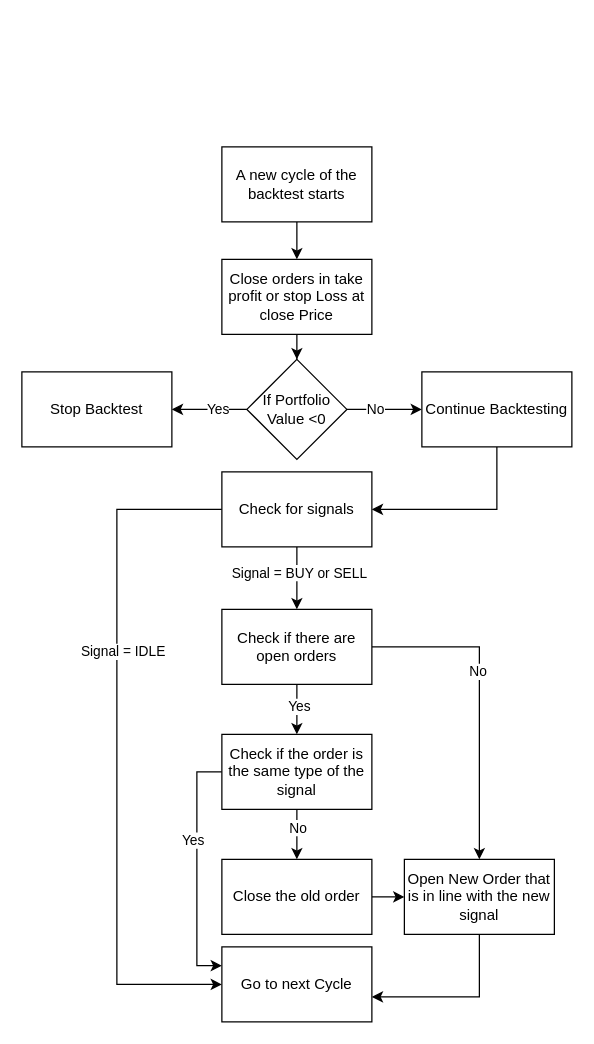
Before: chart of backtester.drawio in Mickahel/BacktesteR-MVP, a draw.io diagram. Source tidied: cells renumbered, new cells numbered last; positions are measured from the earlier drawing's top-left corner, leaving out a move shared by most shapes. Both pictures are drawn from the tidied source at 125%, with x=0, y=0 at pixel (21, 146).
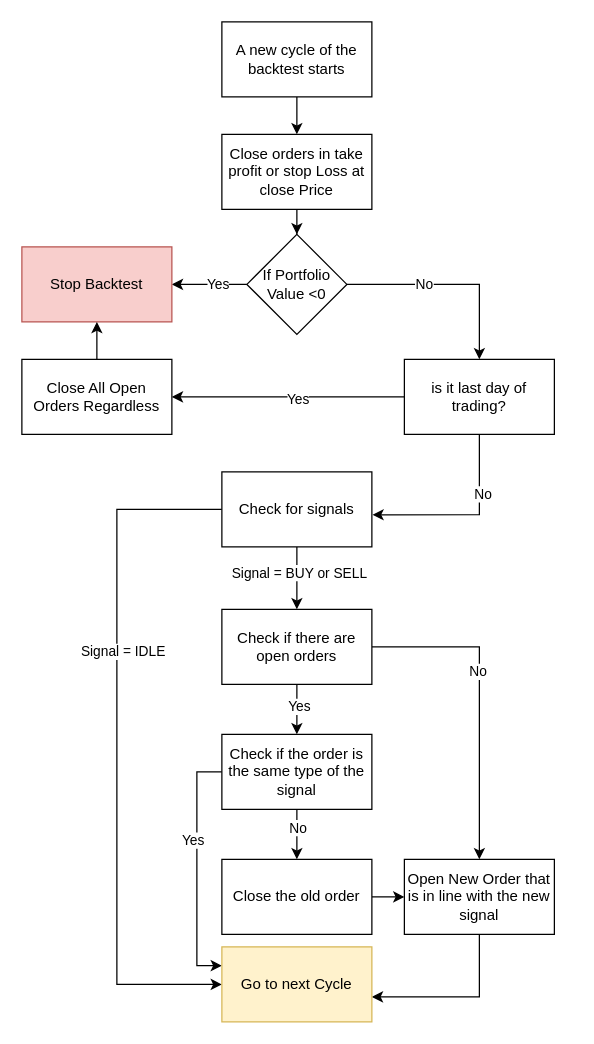
Above is the later version.

Unchanged cells that the change refers to:
```xml
<mxCell id="18" value="Check for signals" style="whiteSpace=wrap;html=1;rounded=0;" parent="1" vertex="1">
  <mxGeometry x="160" y="260" width="120" height="60" as="geometry" />
</mxCell>
<mxCell id="28" value="Check if the order is the same type of the signal" style="whiteSpace=wrap;html=1;rounded=0;" parent="1" vertex="1">
  <mxGeometry x="160" y="470" width="120" height="60" as="geometry" />
</mxCell>
<mxCell id="32" value="Open New Order that is in line with the new signal" style="whiteSpace=wrap;html=1;rounded=0;" parent="1" vertex="1">
  <mxGeometry x="306" y="570" width="120" height="60" as="geometry" />
</mxCell>
```

Diff of the diagram source:
```diff
@@
     <mxCell id="3" value="A new cycle of the backtest starts" style="rounded=0;whiteSpace=wrap;html=1;" parent="1" vertex="1">
-      <mxGeometry x="160" width="120" height="60" as="geometry" />
+      <mxGeometry x="160" y="-100" width="120" height="60" as="geometry" />
     </mxCell>
@@
     <mxCell id="5" value="&lt;span&gt;Close orders in take profit or stop Loss at close Price&lt;/span&gt;" style="whiteSpace=wrap;html=1;rounded=0;" parent="1" vertex="1">
-      <mxGeometry x="160" y="90" width="120" height="60" as="geometry" />
+      <mxGeometry x="160" y="-10" width="120" height="60" as="geometry" />
     </mxCell>
@@
-    <mxCell id="8" style="edgeStyle=orthogonalEdgeStyle;rounded=0;jettySize=auto;html=1;" parent="1" edge="1" source="10" target="13">
+    <mxCell id="8" style="edgeStyle=orthogonalEdgeStyle;rounded=0;jettySize=auto;html=1;entryX=0.5;entryY=0;entryDx=0;entryDy=0;" parent="1" edge="1" source="10" target="13">
       <mxGeometry relative="1" as="geometry" />
     </mxCell>
@@
     <mxCell id="10" value="If Portfolio Value &amp;lt;0" style="rhombus;whiteSpace=wrap;html=1;rounded=0;" parent="1" vertex="1">
-      <mxGeometry x="180" y="170" width="80" height="80" as="geometry" />
+      <mxGeometry x="180" y="70" width="80" height="80" as="geometry" />
     </mxCell>
-    <mxCell id="11" value="Stop Backtest" style="whiteSpace=wrap;html=1;rounded=0;" parent="1" vertex="1">
-      <mxGeometry y="180" width="120" height="60" as="geometry" />
+    <mxCell id="11" value="Stop Backtest" style="whiteSpace=wrap;html=1;rounded=0;fillColor=#f8cecc;strokeColor=#b85450;" parent="1" vertex="1">
+      <mxGeometry y="80" width="120" height="60" as="geometry" />
     </mxCell>
-    <mxCell id="12" style="edgeStyle=orthogonalEdgeStyle;rounded=0;jettySize=auto;html=1;" parent="1" edge="1" source="13" target="18">
+    <mxCell id="12" style="edgeStyle=orthogonalEdgeStyle;rounded=0;jettySize=auto;html=1;entryX=1.004;entryY=0.572;entryDx=0;entryDy=0;entryPerimeter=0;" parent="1" edge="1" source="13" target="18">
       <mxGeometry relative="1" as="geometry">
         <Array as="points">
-          <mxPoint x="380" y="290" />
+          <mxPoint x="366" y="294" />
         </Array>
       </mxGeometry>
     </mxCell>
+    <mxCell id="34" value="No" style="edgeLabel;html=1;align=center;verticalAlign=middle;" parent="12" vertex="1">
+      <mxGeometry x="-0.37" y="2" relative="1" as="geometry" />
+    </mxCell>
+    <mxCell id="35" style="edgeStyle=orthogonalEdgeStyle;rounded=0;jettySize=auto;html=1;" parent="1" edge="1" source="13" target="38">
+      <mxGeometry relative="1" as="geometry" />
+    </mxCell>
+    <mxCell id="36" value="Yes" style="edgeLabel;html=1;align=center;verticalAlign=middle;" parent="35" vertex="1">
+      <mxGeometry x="-0.08" y="1" relative="1" as="geometry" />
+    </mxCell>
-    <mxCell id="13" value="Continue Backtesting" style="whiteSpace=wrap;html=1;rounded=0;" parent="1" vertex="1">
-      <mxGeometry x="320" y="180" width="120" height="60" as="geometry" />
+    <mxCell id="13" value="is it last day of trading?" style="whiteSpace=wrap;html=1;rounded=0;" parent="1" vertex="1">
+      <mxGeometry x="306" y="170" width="120" height="60" as="geometry" />
     </mxCell>
-    <mxCell id="14" style="edgeStyle=orthogonalEdgeStyle;rounded=0;jettySize=auto;html=1;entryX=0;entryY=0.5;entryDx=0;entryDy=0;" parent="1" edge="1" source="18" target="33">
+    <mxCell id="14" style="edgeStyle=orthogonalEdgeStyle;rounded=0;jettySize=auto;html=1;entryX=0;entryY=0.5;entryDx=0;entryDy=0;" parent="1" edge="1" source="18">
       <mxGeometry relative="1" as="geometry">
+        <mxPoint x="160" y="670" as="targetPoint" />
         <Array as="points">
           <mxPoint x="76" y="290" />
           <mxPoint x="76" y="670" />
         </Array>
       </mxGeometry>
     </mxCell>
@@
-    <mxCell id="26" style="edgeStyle=orthogonalEdgeStyle;rounded=0;jettySize=auto;html=1;entryX=0;entryY=0.25;entryDx=0;entryDy=0;" parent="1" edge="1" source="28" target="33">
+    <mxCell id="26" style="edgeStyle=orthogonalEdgeStyle;rounded=0;jettySize=auto;html=1;entryX=0;entryY=0.25;entryDx=0;entryDy=0;" parent="1" edge="1" source="28">
       <mxGeometry relative="1" as="geometry">
+        <mxPoint x="160" y="655" as="targetPoint" />
         <Array as="points">
           <mxPoint x="140" y="500" />
           <mxPoint x="140" y="655" />
         </Array>
       </mxGeometry>
     </mxCell>
@@
-    <mxCell id="31" style="edgeStyle=orthogonalEdgeStyle;rounded=0;jettySize=auto;html=1;" parent="1" edge="1" source="32" target="33">
+    <mxCell id="31" style="edgeStyle=orthogonalEdgeStyle;rounded=0;jettySize=auto;html=1;" parent="1" edge="1" source="32">
       <mxGeometry relative="1" as="geometry">
+        <mxPoint x="280" y="680" as="targetPoint" />
         <Array as="points">
           <mxPoint x="366" y="680" />
         </Array>
       </mxGeometry>
     </mxCell>
@@
-    <mxCell id="33" value="Go to next Cycle" style="whiteSpace=wrap;html=1;rounded=0;" parent="1" vertex="1">
+    <mxCell id="33" value="Go to next Cycle" style="whiteSpace=wrap;html=1;rounded=0;fillColor=#fff2cc;strokeColor=#d6b656;" parent="1" vertex="1">
       <mxGeometry x="160" y="640" width="120" height="60" as="geometry" />
     </mxCell>
+    <mxCell id="37" style="edgeStyle=orthogonalEdgeStyle;rounded=0;jettySize=auto;html=1;" parent="1" edge="1" source="38" target="11">
+      <mxGeometry relative="1" as="geometry" />
+    </mxCell>
+    <mxCell id="38" value="Close All Open Orders Regardless" style="whiteSpace=wrap;html=1;rounded=0;" parent="1" vertex="1">
+      <mxGeometry y="170" width="120" height="60" as="geometry" />
+    </mxCell>
```
